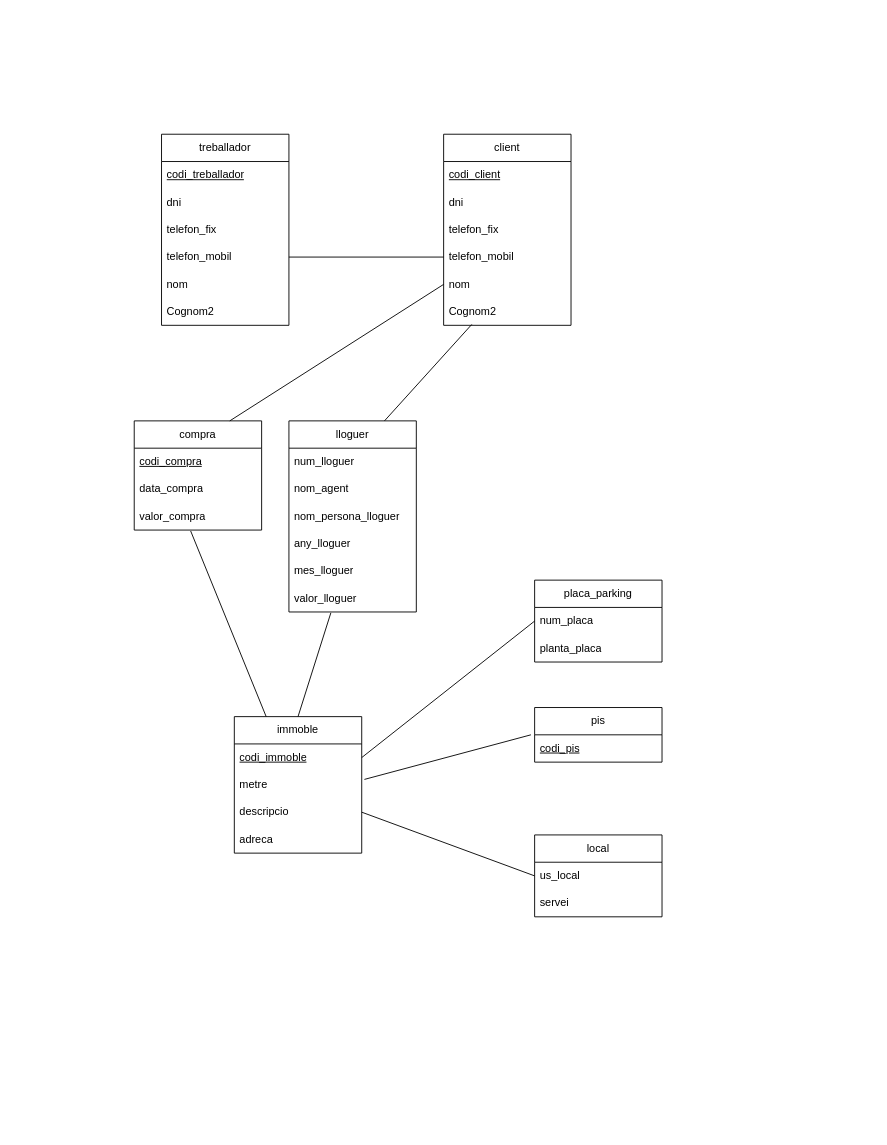
Earlier version of the draw.io diagram M02_RA2_PT1(2).drawio (victor06-git/Progam_with_Victor). Source tidied: cells renumbered, new cells numbered last; positions are measured from the earlier drawing's top-left corner, leaving out a move shared by most shapes. Both pictures are drawn from the tidied source at 91%, with x=0, y=0 at pixel (134, 134).
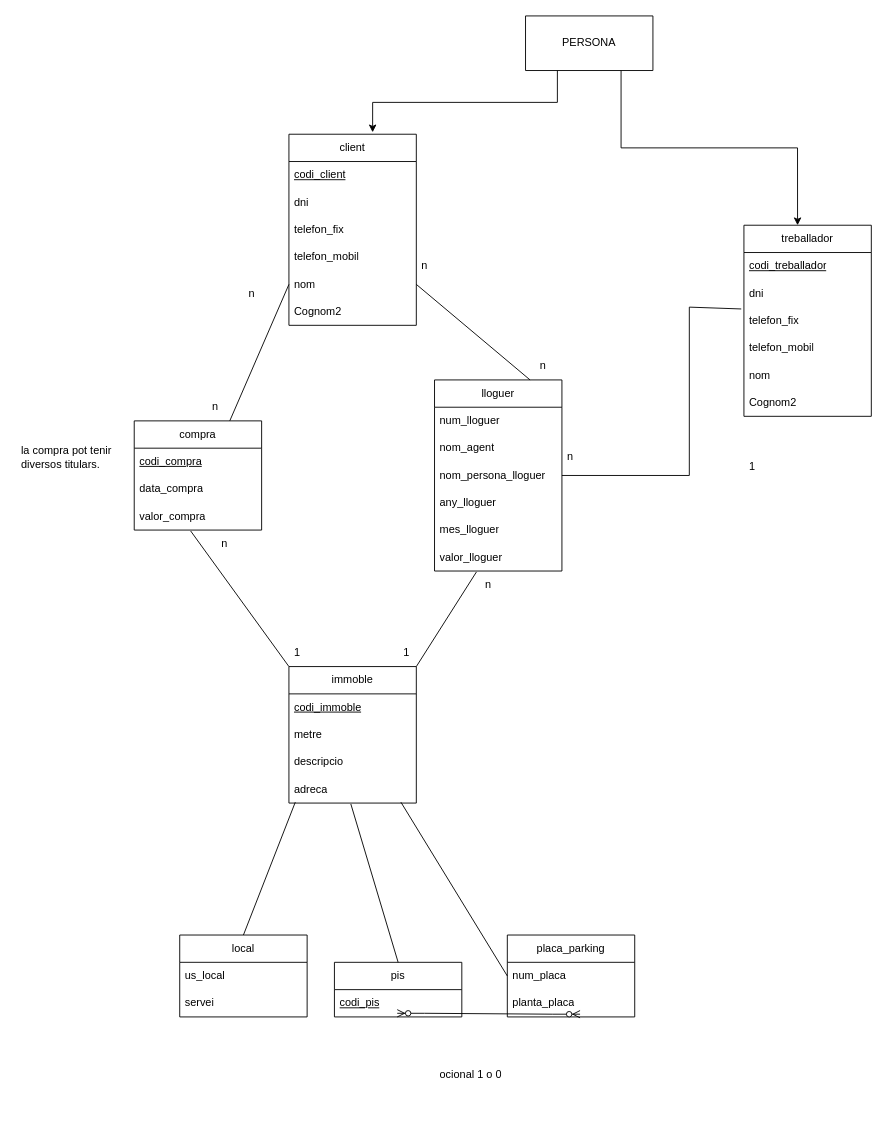
After the change.

Unchanged cells that the change refers to:
```xml
<mxCell id="6" value="telefon_mobil" style="text;strokeColor=none;fillColor=none;align=left;verticalAlign=middle;spacingLeft=4;spacingRight=4;overflow=hidden;points=[[0,0.5],[1,0.5]];portConstraint=eastwest;whiteSpace=wrap;html=1;" parent="2" vertex="1">
  <mxGeometry y="120" width="140" height="30" as="geometry" />
</mxCell>
<mxCell id="7" value="nom" style="text;strokeColor=none;fillColor=none;align=left;verticalAlign=middle;spacingLeft=4;spacingRight=4;overflow=hidden;points=[[0,0.5],[1,0.5]];portConstraint=eastwest;whiteSpace=wrap;html=1;" parent="2" vertex="1">
  <mxGeometry y="150" width="140" height="30" as="geometry" />
</mxCell>
<mxCell id="8" value="Cognom2" style="text;strokeColor=none;fillColor=none;align=left;verticalAlign=middle;spacingLeft=4;spacingRight=4;overflow=hidden;points=[[0,0.5],[1,0.5]];portConstraint=eastwest;whiteSpace=wrap;html=1;" parent="2" vertex="1">
  <mxGeometry y="180" width="140" height="30" as="geometry" />
</mxCell>
<mxCell id="12" value="telefon_fix" style="text;strokeColor=none;fillColor=none;align=left;verticalAlign=middle;spacingLeft=4;spacingRight=4;overflow=hidden;points=[[0,0.5],[1,0.5]];portConstraint=eastwest;whiteSpace=wrap;html=1;" parent="9" vertex="1">
  <mxGeometry y="90" width="140" height="30" as="geometry" />
</mxCell>
<mxCell id="13" value="telefon_mobil" style="text;strokeColor=none;fillColor=none;align=left;verticalAlign=middle;spacingLeft=4;spacingRight=4;overflow=hidden;points=[[0,0.5],[1,0.5]];portConstraint=eastwest;whiteSpace=wrap;html=1;" parent="9" vertex="1">
  <mxGeometry y="120" width="140" height="30" as="geometry" />
</mxCell>
<mxCell id="17" value="&lt;u&gt;codi_immoble&lt;/u&gt;" style="text;strokeColor=none;fillColor=none;align=left;verticalAlign=middle;spacingLeft=4;spacingRight=4;overflow=hidden;points=[[0,0.5],[1,0.5]];portConstraint=eastwest;whiteSpace=wrap;html=1;" parent="16" vertex="1">
  <mxGeometry y="30" width="140" height="30" as="geometry" />
</mxCell>
<mxCell id="18" value="metre" style="text;strokeColor=none;fillColor=none;align=left;verticalAlign=middle;spacingLeft=4;spacingRight=4;overflow=hidden;points=[[0,0.5],[1,0.5]];portConstraint=eastwest;whiteSpace=wrap;html=1;" parent="16" vertex="1">
  <mxGeometry y="60" width="140" height="30" as="geometry" />
</mxCell>
<mxCell id="19" value="descripcio" style="text;strokeColor=none;fillColor=none;align=left;verticalAlign=middle;spacingLeft=4;spacingRight=4;overflow=hidden;points=[[0,0.5],[1,0.5]];portConstraint=eastwest;whiteSpace=wrap;html=1;" parent="16" vertex="1">
  <mxGeometry y="90" width="140" height="30" as="geometry" />
</mxCell>
<mxCell id="20" value="adreca" style="text;strokeColor=none;fillColor=none;align=left;verticalAlign=middle;spacingLeft=4;spacingRight=4;overflow=hidden;points=[[0,0.5],[1,0.5]];portConstraint=eastwest;whiteSpace=wrap;html=1;" parent="16" vertex="1">
  <mxGeometry y="120" width="140" height="30" as="geometry" />
</mxCell>
<mxCell id="22" value="&lt;u&gt;codi_pis&lt;/u&gt;" style="text;strokeColor=none;fillColor=none;align=left;verticalAlign=middle;spacingLeft=4;spacingRight=4;overflow=hidden;points=[[0,0.5],[1,0.5]];portConstraint=eastwest;whiteSpace=wrap;html=1;" parent="21" vertex="1">
  <mxGeometry y="30" width="140" height="30" as="geometry" />
</mxCell>
<mxCell id="24" value="us_local" style="text;strokeColor=none;fillColor=none;align=left;verticalAlign=middle;spacingLeft=4;spacingRight=4;overflow=hidden;points=[[0,0.5],[1,0.5]];portConstraint=eastwest;whiteSpace=wrap;html=1;" parent="23" vertex="1">
  <mxGeometry y="30" width="140" height="30" as="geometry" />
</mxCell>
<mxCell id="27" value="num_placa" style="text;strokeColor=none;fillColor=none;align=left;verticalAlign=middle;spacingLeft=4;spacingRight=4;overflow=hidden;points=[[0,0.5],[1,0.5]];portConstraint=eastwest;whiteSpace=wrap;html=1;" parent="26" vertex="1">
  <mxGeometry y="30" width="140" height="30" as="geometry" />
</mxCell>
<mxCell id="28" value="planta_placa" style="text;strokeColor=none;fillColor=none;align=left;verticalAlign=middle;spacingLeft=4;spacingRight=4;overflow=hidden;points=[[0,0.5],[1,0.5]];portConstraint=eastwest;whiteSpace=wrap;html=1;" parent="26" vertex="1">
  <mxGeometry y="60" width="140" height="30" as="geometry" />
</mxCell>
<mxCell id="32" value="valor_compra" style="text;strokeColor=none;fillColor=none;align=left;verticalAlign=middle;spacingLeft=4;spacingRight=4;overflow=hidden;points=[[0,0.5],[1,0.5]];portConstraint=eastwest;whiteSpace=wrap;html=1;" parent="29" vertex="1">
  <mxGeometry y="90" width="140" height="30" as="geometry" />
</mxCell>
<mxCell id="36" value="nom_persona_lloguer" style="text;strokeColor=none;fillColor=none;align=left;verticalAlign=middle;spacingLeft=4;spacingRight=4;overflow=hidden;points=[[0,0.5],[1,0.5]];portConstraint=eastwest;whiteSpace=wrap;html=1;" parent="33" vertex="1">
  <mxGeometry y="90" width="140" height="30" as="geometry" />
</mxCell>
<mxCell id="39" value="valor_lloguer" style="text;strokeColor=none;fillColor=none;align=left;verticalAlign=middle;spacingLeft=4;spacingRight=4;overflow=hidden;points=[[0,0.5],[1,0.5]];portConstraint=eastwest;whiteSpace=wrap;html=1;" parent="33" vertex="1">
  <mxGeometry y="180" width="140" height="30" as="geometry" />
</mxCell>
```

What changed in the source:
```diff
@@
     <mxCell id="2" value="client" style="swimlane;fontStyle=0;horizontal=1;startSize=30;whiteSpace=wrap;html=1;" parent="1" vertex="1">
-      <mxGeometry x="340" width="140" height="210" as="geometry" />
+      <mxGeometry x="170" width="140" height="210" as="geometry" />
     </mxCell>
@@
     <mxCell id="9" value="treballador" style="swimlane;fontStyle=0;horizontal=1;startSize=30;whiteSpace=wrap;html=1;" parent="1" vertex="1">
-      <mxGeometry x="30" width="140" height="210" as="geometry" />
+      <mxGeometry x="670" y="100" width="140" height="210" as="geometry" />
     </mxCell>
@@
     <mxCell id="16" value="immoble" style="swimlane;fontStyle=0;horizontal=1;startSize=30;whiteSpace=wrap;html=1;" parent="1" vertex="1">
-      <mxGeometry x="110" y="640" width="140" height="150" as="geometry" />
+      <mxGeometry x="170" y="585" width="140" height="150" as="geometry" />
     </mxCell>
@@
     <mxCell id="21" value="pis" style="swimlane;fontStyle=0;horizontal=1;startSize=30;whiteSpace=wrap;html=1;" parent="1" vertex="1">
-      <mxGeometry x="440" y="630" width="140" height="60" as="geometry" />
+      <mxGeometry x="220" y="910" width="140" height="60" as="geometry" />
     </mxCell>
@@
     <mxCell id="23" value="local" style="swimlane;fontStyle=0;horizontal=1;startSize=30;whiteSpace=wrap;html=1;" parent="1" vertex="1">
-      <mxGeometry x="440" y="770" width="140" height="90" as="geometry" />
+      <mxGeometry x="50" y="880" width="140" height="90" as="geometry" />
     </mxCell>
@@
     <mxCell id="26" value="placa_parking" style="swimlane;fontStyle=0;horizontal=1;startSize=30;whiteSpace=wrap;html=1;" parent="1" vertex="1">
-      <mxGeometry x="440" y="490" width="140" height="90" as="geometry" />
+      <mxGeometry x="410" y="880" width="140" height="90" as="geometry" />
     </mxCell>
@@
     <mxCell id="33" value="lloguer" style="swimlane;fontStyle=0;horizontal=1;startSize=30;whiteSpace=wrap;html=1;" parent="1" vertex="1">
-      <mxGeometry x="170" y="315" width="140" height="210" as="geometry" />
+      <mxGeometry x="330" y="270" width="140" height="210" as="geometry" />
     </mxCell>
@@
-    <mxCell id="40" style="endArrow=none;html=1;rounded=0;entryX=0.75;entryY=0;entryDx=0;entryDy=0;exitX=0.221;exitY=0.967;exitDx=0;exitDy=0;exitPerimeter=0;" parent="1" edge="1" source="8" target="33">
+    <mxCell id="40" style="endArrow=none;html=1;rounded=0;entryX=0.75;entryY=0;entryDx=0;entryDy=0;exitX=1;exitY=0.5;exitDx=0;exitDy=0;" parent="1" edge="1" source="7" target="33">
       <mxGeometry relative="1" as="geometry" />
     </mxCell>
@@
-    <mxCell id="42" style="endArrow=none;html=1;rounded=0;entryX=0.25;entryY=0;entryDx=0;entryDy=0;exitX=0.443;exitY=1.033;exitDx=0;exitDy=0;exitPerimeter=0;" parent="1" edge="1" source="32" target="16">
+    <mxCell id="42" style="endArrow=none;html=1;rounded=0;entryX=0;entryY=0;entryDx=0;entryDy=0;exitX=0.443;exitY=1.033;exitDx=0;exitDy=0;exitPerimeter=0;" parent="1" edge="1" source="32" target="16">
       <mxGeometry relative="1" as="geometry" />
     </mxCell>
-    <mxCell id="43" style="endArrow=none;html=1;rounded=0;entryX=0.5;entryY=0;entryDx=0;entryDy=0;exitX=0.329;exitY=1.033;exitDx=0;exitDy=0;exitPerimeter=0;" parent="1" edge="1" source="39" target="16">
+    <mxCell id="43" style="endArrow=none;html=1;rounded=0;entryX=1;entryY=0;entryDx=0;entryDy=0;exitX=0.329;exitY=1.033;exitDx=0;exitDy=0;exitPerimeter=0;" parent="1" edge="1" source="39" target="16">
       <mxGeometry relative="1" as="geometry" />
     </mxCell>
-    <mxCell id="44" style="endArrow=none;html=1;rounded=0;entryX=1;entryY=0.5;entryDx=0;entryDy=0;exitX=0;exitY=0.5;exitDx=0;exitDy=0;" parent="1" edge="1" source="27" target="17">
+    <mxCell id="44" style="endArrow=none;html=1;rounded=0;entryX=0.879;entryY=0.967;entryDx=0;entryDy=0;exitX=0;exitY=0.5;exitDx=0;exitDy=0;entryPerimeter=0;" parent="1" edge="1" source="27" target="20">
       <mxGeometry relative="1" as="geometry" />
     </mxCell>
-    <mxCell id="45" style="endArrow=none;html=1;rounded=0;entryX=1.021;entryY=0.3;entryDx=0;entryDy=0;exitX=-0.029;exitY=0;exitDx=0;exitDy=0;entryPerimeter=0;exitPerimeter=0;" parent="1" edge="1" source="22" target="18">
-      <mxGeometry relative="1" as="geometry" />
-    </mxCell>
-    <mxCell id="46" style="endArrow=none;html=1;rounded=0;exitX=0;exitY=0.5;exitDx=0;exitDy=0;entryX=1;entryY=0.5;entryDx=0;entryDy=0;" parent="1" edge="1" source="24" target="19">
-      <mxGeometry relative="1" as="geometry" />
-    </mxCell>
-    <mxCell id="47" style="endArrow=none;html=1;rounded=0;entryX=1;entryY=0.5;entryDx=0;entryDy=0;" parent="1" edge="1" source="6" target="13">
-      <mxGeometry relative="1" as="geometry" />
-    </mxCell>
+    <mxCell id="48" style="endArrow=none;html=1;rounded=0;entryX=0.05;entryY=0.967;entryDx=0;entryDy=0;exitX=0.5;exitY=0;exitDx=0;exitDy=0;entryPerimeter=0;" parent="1" edge="1" source="23" target="20">
+      <mxGeometry relative="1" as="geometry" />
+    </mxCell>
+    <mxCell id="49" style="endArrow=none;html=1;rounded=0;entryX=0.486;entryY=1.033;entryDx=0;entryDy=0;exitX=0.5;exitY=0;exitDx=0;exitDy=0;entryPerimeter=0;" parent="1" edge="1" source="21" target="20">
+      <mxGeometry relative="1" as="geometry" />
+    </mxCell>
+    <mxCell id="50" value="1" style="text;strokeColor=none;fillColor=none;align=left;verticalAlign=middle;spacingLeft=4;spacingRight=4;overflow=hidden;whiteSpace=wrap;html=1;" parent="1" vertex="1">
+      <mxGeometry x="290" y="555" width="80" height="30" as="geometry" />
+    </mxCell>
+    <mxCell id="51" value="n" style="text;strokeColor=none;fillColor=none;align=left;verticalAlign=middle;spacingLeft=4;spacingRight=4;overflow=hidden;whiteSpace=wrap;html=1;" parent="1" vertex="1">
+      <mxGeometry x="310" y="130" width="80" height="30" as="geometry" />
+    </mxCell>
+    <mxCell id="52" value="n" style="text;strokeColor=none;fillColor=none;align=left;verticalAlign=middle;spacingLeft=4;spacingRight=4;overflow=hidden;whiteSpace=wrap;html=1;" parent="1" vertex="1">
+      <mxGeometry x="440" y="240" width="80" height="30" as="geometry" />
+    </mxCell>
+    <mxCell id="53" value="n" style="text;strokeColor=none;fillColor=none;align=left;verticalAlign=middle;spacingLeft=4;spacingRight=4;overflow=hidden;whiteSpace=wrap;html=1;" parent="1" vertex="1">
+      <mxGeometry x="80" y="285" width="80" height="30" as="geometry" />
+    </mxCell>
+    <mxCell id="54" value="n" style="text;strokeColor=none;fillColor=none;align=left;verticalAlign=middle;spacingLeft=4;spacingRight=4;overflow=hidden;whiteSpace=wrap;html=1;" parent="1" vertex="1">
+      <mxGeometry x="120" y="160" width="80" height="30" as="geometry" />
+    </mxCell>
+    <mxCell id="55" value="1" style="text;strokeColor=none;fillColor=none;align=left;verticalAlign=middle;spacingLeft=4;spacingRight=4;overflow=hidden;whiteSpace=wrap;html=1;" parent="1" vertex="1">
+      <mxGeometry x="170" y="555" width="80" height="30" as="geometry" />
+    </mxCell>
+    <mxCell id="56" value="n" style="text;strokeColor=none;fillColor=none;align=left;verticalAlign=middle;spacingLeft=4;spacingRight=4;overflow=hidden;whiteSpace=wrap;html=1;" parent="1" vertex="1">
+      <mxGeometry x="90" y="435" width="80" height="30" as="geometry" />
+    </mxCell>
+    <mxCell id="57" value="n" style="text;strokeColor=none;fillColor=none;align=left;verticalAlign=middle;spacingLeft=4;spacingRight=4;overflow=hidden;whiteSpace=wrap;html=1;" parent="1" vertex="1">
+      <mxGeometry x="380" y="480" width="80" height="30" as="geometry" />
+    </mxCell>
+    <mxCell id="58" style="endArrow=none;html=1;rounded=0;entryX=1;entryY=0.5;entryDx=0;entryDy=0;exitX=-0.021;exitY=0.067;exitDx=0;exitDy=0;exitPerimeter=0;" parent="1" edge="1" source="12" target="36">
+      <mxGeometry relative="1" as="geometry">
+        <Array as="points">
+          <mxPoint x="610" y="190" />
+          <mxPoint x="610" y="375" />
+        </Array>
+      </mxGeometry>
+    </mxCell>
+    <mxCell id="59" value="1" style="text;strokeColor=none;fillColor=none;align=left;verticalAlign=middle;spacingLeft=4;spacingRight=4;overflow=hidden;whiteSpace=wrap;html=1;" parent="1" vertex="1">
+      <mxGeometry x="670" y="350" width="80" height="30" as="geometry" />
+    </mxCell>
+    <mxCell id="60" value="n" style="text;strokeColor=none;fillColor=none;align=left;verticalAlign=middle;spacingLeft=4;spacingRight=4;overflow=hidden;whiteSpace=wrap;html=1;" parent="1" vertex="1">
+      <mxGeometry x="470" y="340" width="80" height="30" as="geometry" />
+    </mxCell>
+    <mxCell id="61" value="PERSONA" style="swimlane;fontStyle=0;horizontal=1;startSize=60;whiteSpace=wrap;html=1;" parent="1" vertex="1">
+      <mxGeometry x="430" y="-130" width="140" height="60" as="geometry" />
+    </mxCell>
+    <mxCell id="62" style="edgeStyle=orthogonalEdgeStyle;rounded=0;jettySize=auto;html=1;exitX=0.25;exitY=1;exitDx=0;exitDy=0;entryX=0.657;entryY=-0.01;entryDx=0;entryDy=0;entryPerimeter=0;" parent="1" edge="1" source="61" target="2">
+      <mxGeometry relative="1" as="geometry" />
+    </mxCell>
+    <mxCell id="63" style="edgeStyle=orthogonalEdgeStyle;rounded=0;jettySize=auto;html=1;exitX=0.75;exitY=1;exitDx=0;exitDy=0;entryX=0.421;entryY=0;entryDx=0;entryDy=0;entryPerimeter=0;" parent="1" edge="1" source="61" target="9">
+      <mxGeometry relative="1" as="geometry" />
+    </mxCell>
+    <mxCell id="64" value="la compra pot tenir diversos titulars." style="text;strokeColor=none;fillColor=none;align=left;verticalAlign=middle;spacingLeft=4;spacingRight=4;overflow=hidden;whiteSpace=wrap;html=1;" parent="1" vertex="1">
+      <mxGeometry x="-130" y="330" width="120" height="50" as="geometry" />
+    </mxCell>
+    <mxCell id="65" style="edgeStyle=entityRelationEdgeStyle;fontSize=12;html=1;endArrow=ERzeroToMany;endFill=1;startArrow=ERzeroToMany;rounded=0;exitX=0.493;exitY=0.867;exitDx=0;exitDy=0;exitPerimeter=0;entryX=0.571;entryY=0.9;entryDx=0;entryDy=0;entryPerimeter=0;" parent="1" edge="1" source="22" target="28">
+      <mxGeometry relative="1" as="geometry">
+        <Array as="points">
+          <mxPoint x="380" y="1040" />
+        </Array>
+      </mxGeometry>
+    </mxCell>
+    <mxCell id="66" value="ocional 1 o 0" style="text;strokeColor=none;fillColor=none;spacingLeft=4;spacingRight=4;overflow=hidden;fontSize=12;whiteSpace=wrap;html=1;" parent="1" vertex="1">
+      <mxGeometry x="330" y="1020" width="110" height="70" as="geometry" />
+    </mxCell>
```
